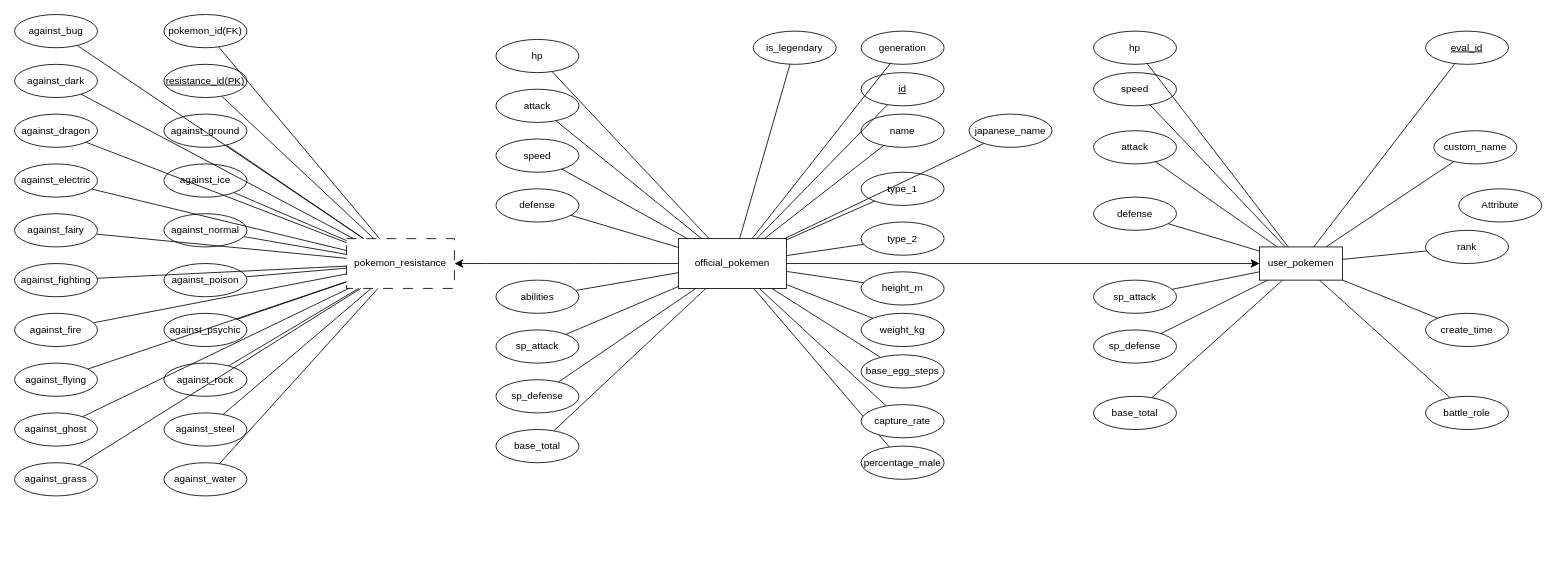
Fijohak/mycontent keeps this draw.io diagram as page "第 1 页" (1 of 2) of Pokemon!.drawio. Above is the earlier version. Source tidied: cells renumbered, new cells numbered last; positions are measured from the earlier drawing's top-left corner, leaving out a move shared by most shapes. Both pictures are drawn from the tidied source at 83%, with x=0, y=0 at pixel (14, 14).
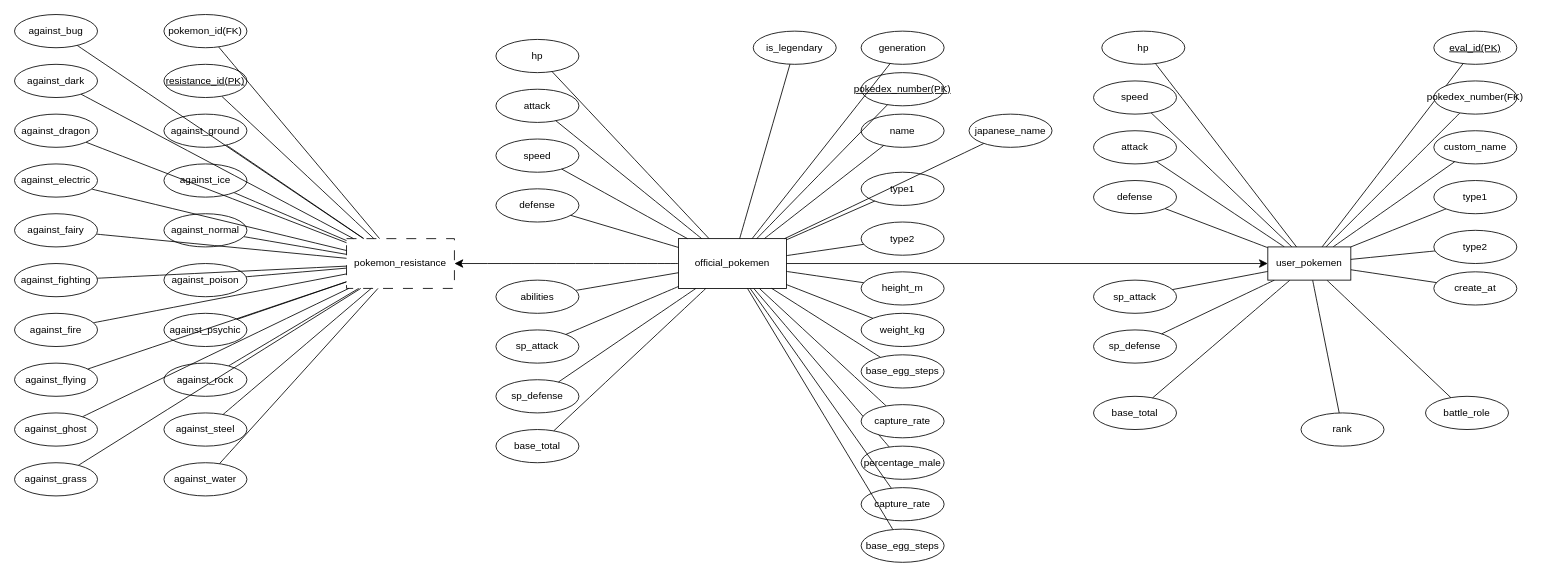
Above is the later version.

Unchanged cells that the change refers to:
```xml
<mxCell id="4" value="official_pokemen" style="whiteSpace=wrap;html=1;align=center;" parent="1" vertex="1">
  <mxGeometry x="800" y="270" width="130" height="60" as="geometry" />
</mxCell>
```

The edit, as a diff of the source:
```diff
@@
-    <mxCell id="5" value="id" style="ellipse;whiteSpace=wrap;html=1;align=center;fontStyle=4;" parent="1" vertex="1">
+    <mxCell id="5" value="pokedex_number(PK)" style="ellipse;whiteSpace=wrap;html=1;align=center;fontStyle=4;" parent="1" vertex="1">
       <mxGeometry x="1020" y="70" width="100" height="40" as="geometry" />
     </mxCell>
@@
-    <mxCell id="7" value="type_1" style="ellipse;whiteSpace=wrap;html=1;align=center;" parent="1" vertex="1">
+    <mxCell id="7" value="type1" style="ellipse;whiteSpace=wrap;html=1;align=center;" parent="1" vertex="1">
       <mxGeometry x="1020" y="190" width="100" height="40" as="geometry" />
     </mxCell>
-    <mxCell id="8" value="type_2" style="ellipse;whiteSpace=wrap;html=1;align=center;" parent="1" vertex="1">
+    <mxCell id="8" value="type2" style="ellipse;whiteSpace=wrap;html=1;align=center;" parent="1" vertex="1">
       <mxGeometry x="1020" y="250" width="100" height="40" as="geometry" />
     </mxCell>
@@
-    <mxCell id="29" value="eval_id" style="ellipse;whiteSpace=wrap;html=1;align=center;fontStyle=4;" parent="1" vertex="1">
-      <mxGeometry x="1700" y="20" width="100" height="40" as="geometry" />
+    <mxCell id="29" value="eval_id(PK)" style="ellipse;whiteSpace=wrap;html=1;align=center;fontStyle=4;" parent="1" vertex="1">
+      <mxGeometry x="1710" y="20" width="100" height="40" as="geometry" />
     </mxCell>
@@
     <mxCell id="31" value="rank" style="ellipse;whiteSpace=wrap;html=1;align=center;" parent="1" vertex="1">
-      <mxGeometry x="1700" y="260" width="100" height="40" as="geometry" />
+      <mxGeometry x="1550" y="480" width="100" height="40" as="geometry" />
     </mxCell>
-    <mxCell id="32" value="create_time" style="ellipse;whiteSpace=wrap;html=1;align=center;" parent="1" vertex="1">
-      <mxGeometry x="1700" y="360" width="100" height="40" as="geometry" />
+    <mxCell id="32" value="create_at" style="ellipse;whiteSpace=wrap;html=1;align=center;" parent="1" vertex="1">
+      <mxGeometry x="1710" y="310" width="100" height="40" as="geometry" />
     </mxCell>
     <mxCell id="33" value="hp" style="ellipse;whiteSpace=wrap;html=1;align=center;" parent="1" vertex="1">
-      <mxGeometry x="1300" y="20" width="100" height="40" as="geometry" />
+      <mxGeometry x="1310" y="20" width="100" height="40" as="geometry" />
     </mxCell>
     <mxCell id="34" value="speed" style="ellipse;whiteSpace=wrap;html=1;align=center;" parent="1" vertex="1">
-      <mxGeometry x="1300" y="70" width="100" height="40" as="geometry" />
+      <mxGeometry x="1300" y="80" width="100" height="40" as="geometry" />
     </mxCell>
@@
     <mxCell id="36" value="defense" style="ellipse;whiteSpace=wrap;html=1;align=center;" parent="1" vertex="1">
-      <mxGeometry x="1300" y="220" width="100" height="40" as="geometry" />
+      <mxGeometry x="1300" y="200" width="100" height="40" as="geometry" />
     </mxCell>
@@
     <mxCell id="51" value="user_pokemen" style="whiteSpace=wrap;html=1;align=center;" parent="1" vertex="1">
-      <mxGeometry x="1500" y="280" width="100" height="40" as="geometry" />
+      <mxGeometry x="1510" y="280" width="100" height="40" as="geometry" />
     </mxCell>
@@
+    <mxCell id="112" style="edgeStyle=none;curved=1;rounded=0;jettySize=auto;html=1;fontFamily=Helvetica;fontSize=12;fontColor=default;startSize=8;endSize=8;endArrow=none;endFill=0;" parent="1" edge="1" source="111" target="51">
+      <mxGeometry relative="1" as="geometry" />
+    </mxCell>
-    <mxCell id="111" value="Attribute" style="ellipse;whiteSpace=wrap;html=1;align=center;strokeColor=default;verticalAlign=middle;fontFamily=Helvetica;fontSize=12;fontColor=default;fillColor=default;" parent="1" vertex="1">
-      <mxGeometry x="1740" y="210" width="100" height="40" as="geometry" />
+    <mxCell id="111" value="type1" style="ellipse;whiteSpace=wrap;html=1;align=center;strokeColor=default;verticalAlign=middle;fontFamily=Helvetica;fontSize=12;fontColor=default;fillColor=default;" parent="1" vertex="1">
+      <mxGeometry x="1710" y="200" width="100" height="40" as="geometry" />
     </mxCell>
+    <mxCell id="113" style="edgeStyle=none;curved=1;rounded=0;jettySize=auto;html=1;fontFamily=Helvetica;fontSize=12;fontColor=default;startSize=8;endSize=8;endArrow=none;endFill=0;" parent="1" edge="1" source="114" target="51">
+      <mxGeometry relative="1" as="geometry" />
+    </mxCell>
+    <mxCell id="114" value="pokedex_number(FK)" style="ellipse;whiteSpace=wrap;html=1;align=center;strokeColor=default;verticalAlign=middle;fontFamily=Helvetica;fontSize=12;fontColor=default;fillColor=default;" parent="1" vertex="1">
+      <mxGeometry x="1710" y="80" width="100" height="40" as="geometry" />
+    </mxCell>
+    <mxCell id="115" style="edgeStyle=none;curved=1;rounded=0;jettySize=auto;html=1;fontFamily=Helvetica;fontSize=12;fontColor=default;startSize=8;endSize=8;endArrow=none;endFill=0;" parent="1" edge="1" source="116" target="51">
+      <mxGeometry relative="1" as="geometry" />
+    </mxCell>
+    <mxCell id="116" value="type2" style="ellipse;whiteSpace=wrap;html=1;align=center;strokeColor=default;verticalAlign=middle;fontFamily=Helvetica;fontSize=12;fontColor=default;fillColor=default;" parent="1" vertex="1">
+      <mxGeometry x="1710" y="260" width="100" height="40" as="geometry" />
+    </mxCell>
+    <mxCell id="117" style="edgeStyle=none;curved=1;rounded=0;jettySize=auto;html=1;fontFamily=Helvetica;fontSize=12;fontColor=default;startSize=8;endSize=8;endArrow=none;endFill=0;" parent="1" edge="1" source="118" target="4">
+      <mxGeometry relative="1" as="geometry" />
+    </mxCell>
+    <mxCell id="118" value="capture_rate" style="ellipse;whiteSpace=wrap;html=1;align=center;strokeColor=default;verticalAlign=middle;fontFamily=Helvetica;fontSize=12;fontColor=default;fillColor=default;" parent="1" vertex="1">
+      <mxGeometry x="1020" y="570" width="100" height="40" as="geometry" />
+    </mxCell>
+    <mxCell id="119" style="edgeStyle=none;curved=1;rounded=0;jettySize=auto;html=1;fontFamily=Helvetica;fontSize=12;fontColor=default;startSize=8;endSize=8;endArrow=none;endFill=0;" parent="1" edge="1" source="120" target="4">
+      <mxGeometry relative="1" as="geometry" />
+    </mxCell>
+    <mxCell id="120" value="base_egg_steps" style="ellipse;whiteSpace=wrap;html=1;align=center;strokeColor=default;verticalAlign=middle;fontFamily=Helvetica;fontSize=12;fontColor=default;fillColor=default;" parent="1" vertex="1">
+      <mxGeometry x="1020" y="620" width="100" height="40" as="geometry" />
+    </mxCell>
```
